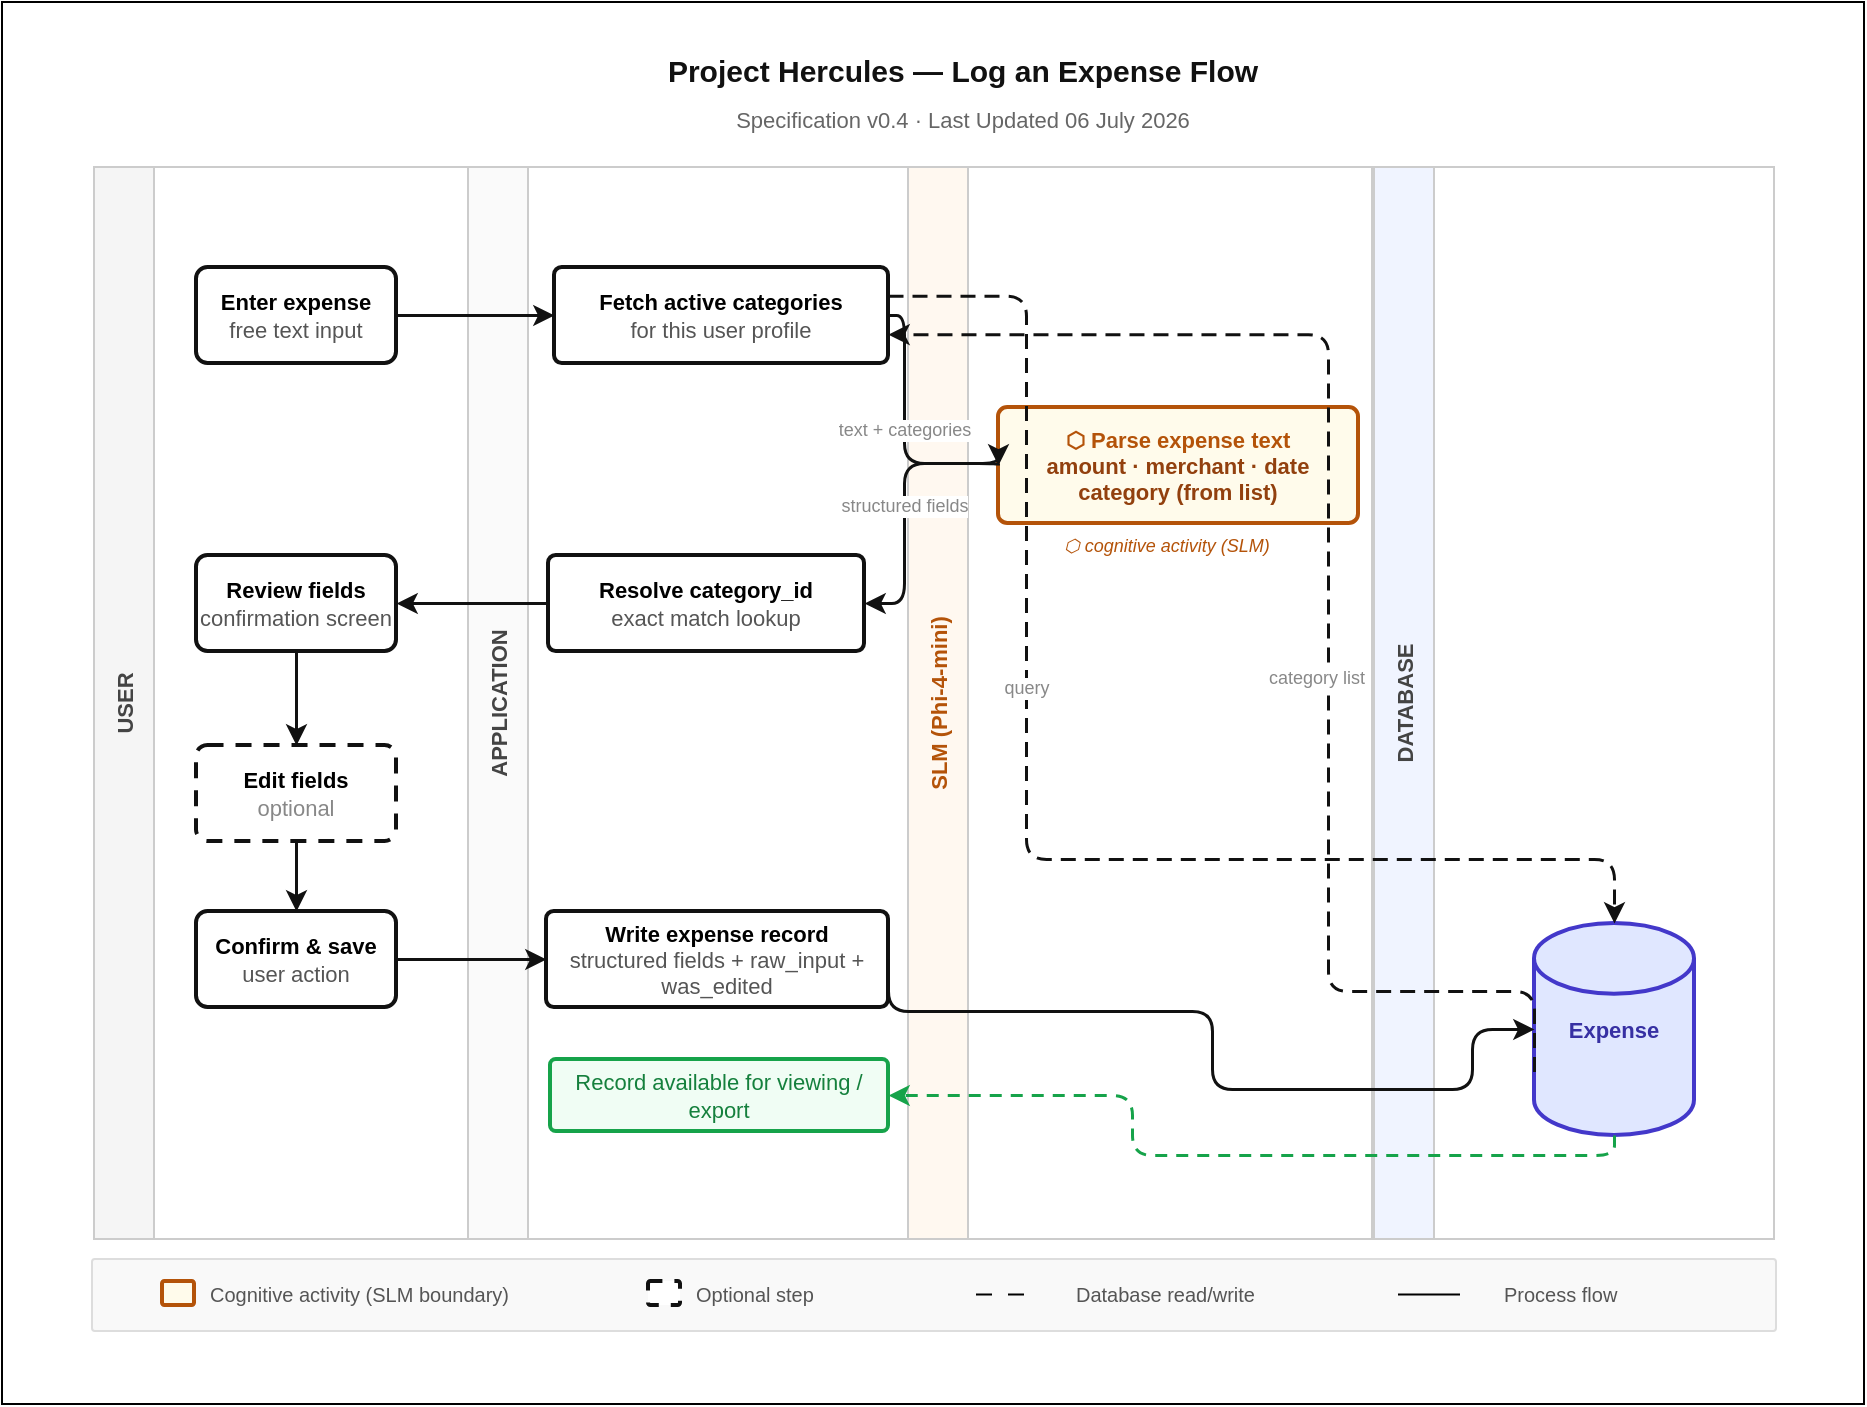
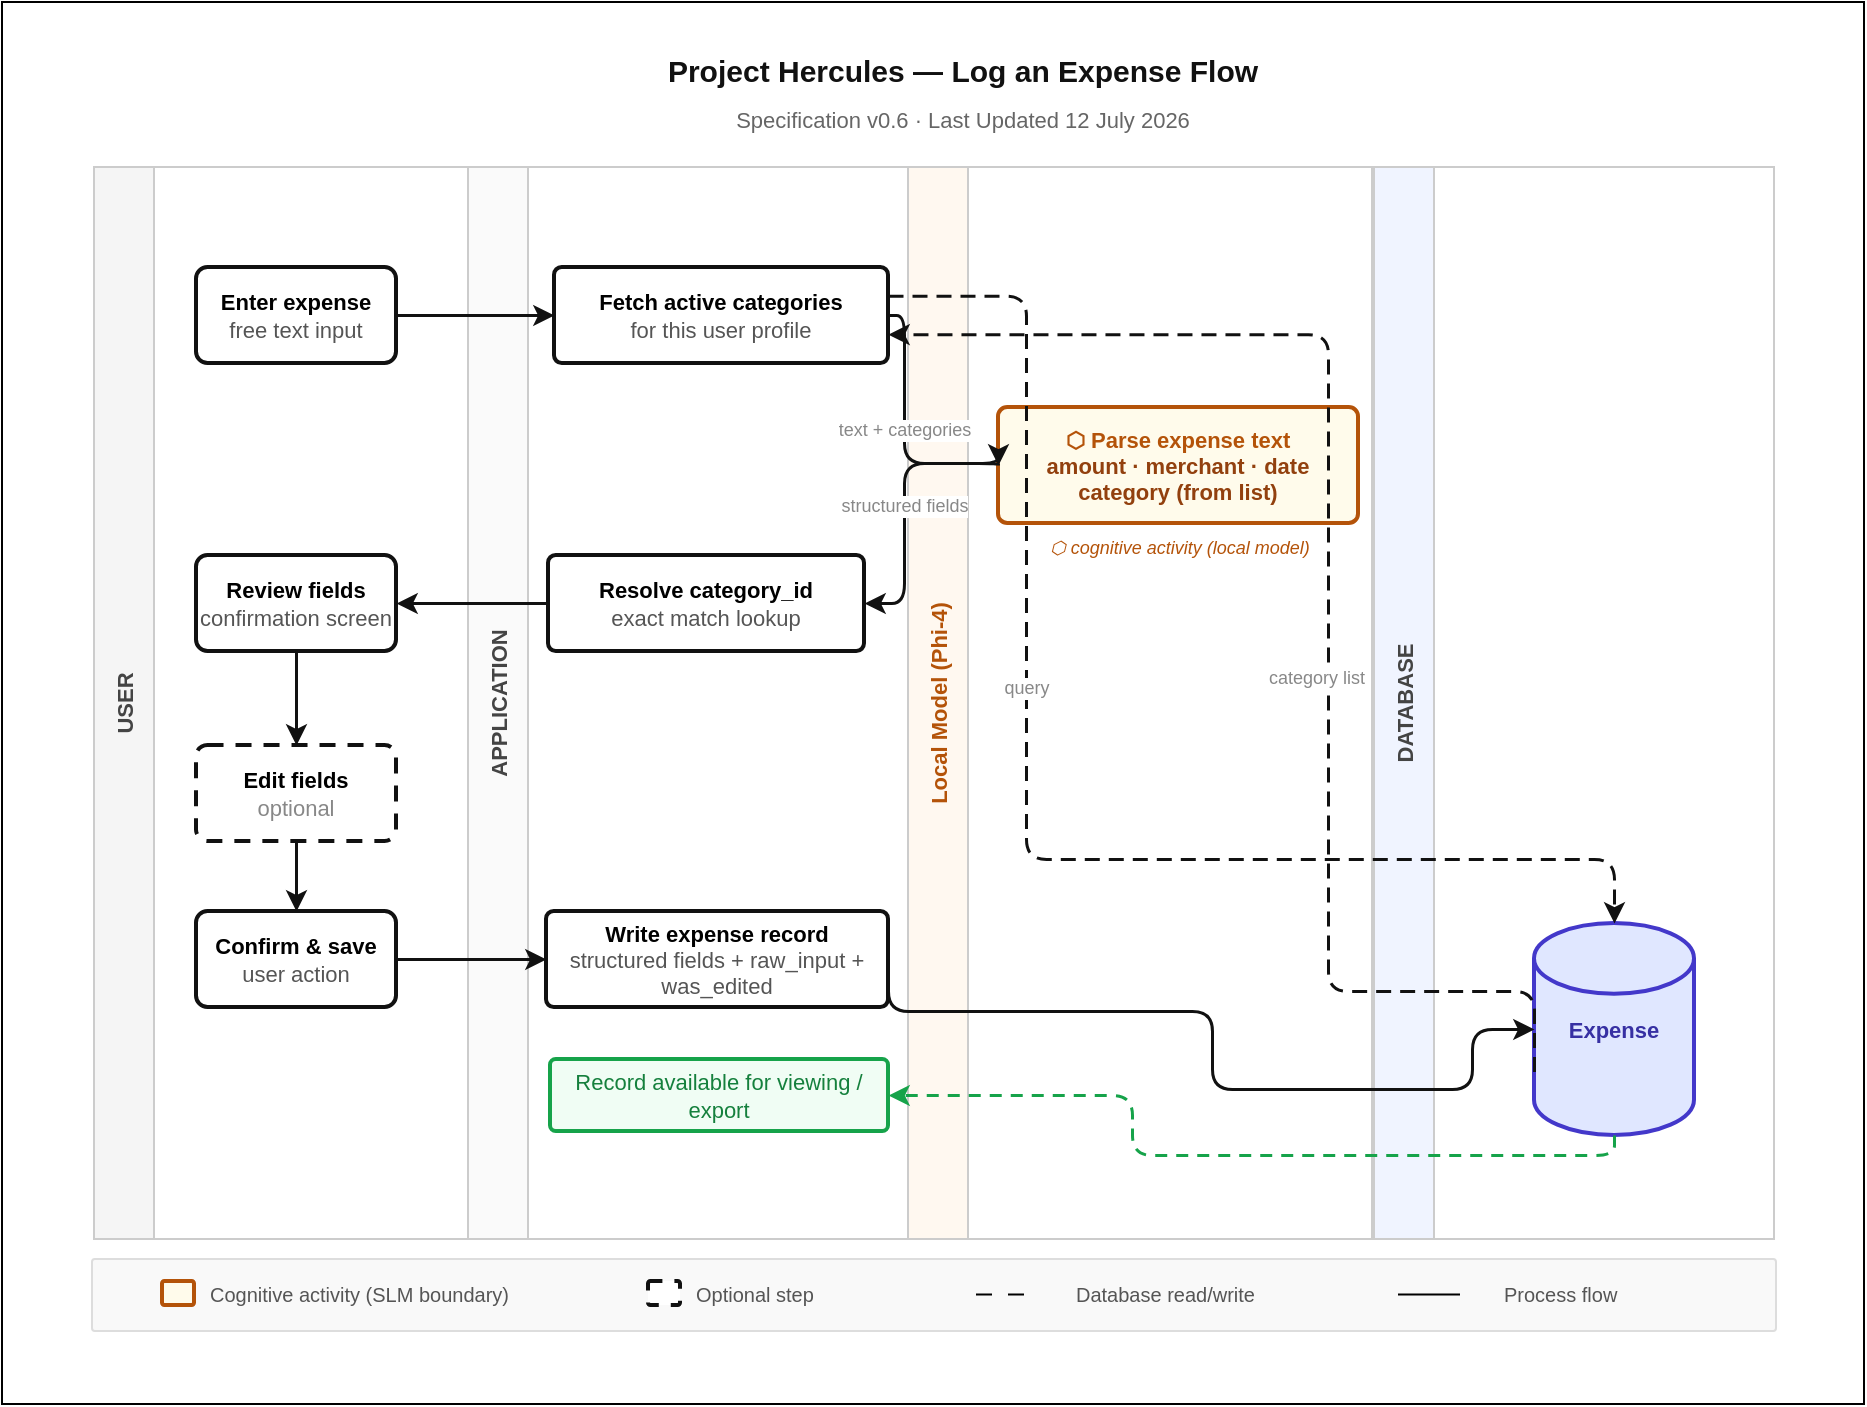
<mxfile host="Electron">
  <diagram name="Log an Expense Flow" id="hercules-log-expense-flow">
-     <mxGraphModel dx="1814" dy="1250" grid="0" gridSize="10" guides="1" tooltips="1" connect="1" arrows="1" fold="1" page="0" pageScale="1" pageWidth="1169" pageHeight="827" math="0" shadow="0">
+     <mxGraphModel dx="1257" dy="915" grid="0" gridSize="10" guides="1" tooltips="1" connect="1" arrows="1" fold="1" page="0" pageScale="1" pageWidth="1169" pageHeight="827" math="0" shadow="0">
      <root>
        <mxCell id="0" />
        <mxCell id="1" parent="0" />
        <mxCell id="05HHqiPxqv5_POc3v8ce-6" parent="1" style="rounded=0;whiteSpace=wrap;html=1;" value="" vertex="1">
          <mxGeometry height="701" width="931" x="-155" y="-49" as="geometry" />
        </mxCell>
        <mxCell id="title" parent="1" style="text;html=1;align=center;verticalAlign=middle;resizable=0;points=[];autosize=1;strokeColor=none;fillColor=none;fontSize=15;fontStyle=1;fontColor=#111111;" value="Project Hercules — Log an Expense Flow" vertex="1">
          <mxGeometry height="26" width="500" x="75" y="-28.5" as="geometry" />
        </mxCell>
-         <mxCell id="subtitle" parent="1" style="text;html=1;align=center;verticalAlign=middle;resizable=0;points=[];autosize=1;strokeColor=none;fillColor=none;fontSize=11;fontColor=#666666;" value="Specification v0.4 · Last Updated 06 July 2026" vertex="1">
+         <mxCell id="subtitle" parent="1" style="text;html=1;align=center;verticalAlign=middle;resizable=0;points=[];autosize=1;strokeColor=none;fillColor=none;fontSize=11;fontColor=#666666;" value="Specification v0.6 · Last Updated 12 July 2026" vertex="1">
          <mxGeometry height="25" width="244" x="203" y="-2.5" as="geometry" />
        </mxCell>
        <mxCell id="lane-user" parent="1" style="swimlane;startSize=30;fillColor=#f5f5f5;strokeColor=#cccccc;strokeWidth=1;fontStyle=1;fontSize=11;fontColor=#444444;horizontal=0;" value="USER" vertex="1">
          <mxGeometry height="536" width="187" x="-109" y="33.5" as="geometry" />
        </mxCell>
        <mxCell id="step1" parent="lane-user" style="rounded=1;whiteSpace=wrap;html=1;fillColor=#ffffff;strokeColor=#111111;strokeWidth=2;fontSize=11;arcSize=12;" value="&lt;b&gt;Enter expense&lt;/b&gt;&lt;br/&gt;&lt;font color=&#39;#555555&#39;&gt;free text input&lt;/font&gt;" vertex="1">
          <mxGeometry height="48" width="100" x="51" y="50" as="geometry" />
        </mxCell>
        <mxCell id="step5" parent="lane-user" style="rounded=1;whiteSpace=wrap;html=1;fillColor=#ffffff;strokeColor=#111111;strokeWidth=2;fontSize=11;arcSize=12;" value="&lt;b&gt;Review fields&lt;/b&gt;&lt;br/&gt;&lt;font color=&#39;#555555&#39;&gt;confirmation screen&lt;/font&gt;" vertex="1">
          <mxGeometry height="48" width="100" x="51" y="194" as="geometry" />
        </mxCell>
        <mxCell id="step6" parent="lane-user" style="rounded=1;whiteSpace=wrap;html=1;fillColor=#ffffff;strokeColor=#111111;strokeWidth=2;dashed=1;dashPattern=4 3;fontSize=11;arcSize=12;" value="&lt;b&gt;Edit fields&lt;/b&gt;&lt;br/&gt;&lt;font color=&#39;#888888&#39;&gt;optional&lt;/font&gt;" vertex="1">
          <mxGeometry height="48" width="100" x="51" y="289" as="geometry" />
        </mxCell>
        <mxCell id="e6" edge="1" parent="lane-user" source="step5" style="edgeStyle=orthogonalEdgeStyle;html=1;exitX=0.5;exitY=1;exitDx=0;exitDy=0;entryX=0.5;entryY=0;entryDx=0;entryDy=0;strokeColor=#111111;strokeWidth=1.5;" target="step6">
          <mxGeometry relative="1" as="geometry" />
        </mxCell>
        <mxCell id="step7" parent="lane-user" style="rounded=1;whiteSpace=wrap;html=1;fillColor=#ffffff;strokeColor=#111111;strokeWidth=2;fontSize=11;arcSize=12;" value="&lt;b&gt;Confirm &amp;amp; save&lt;/b&gt;&lt;br/&gt;&lt;font color=&#39;#555555&#39;&gt;user action&lt;/font&gt;" vertex="1">
          <mxGeometry height="48" width="100" x="51" y="372" as="geometry" />
        </mxCell>
        <mxCell id="e7" edge="1" parent="lane-user" source="step6" style="edgeStyle=orthogonalEdgeStyle;html=1;exitX=0.5;exitY=1;exitDx=0;exitDy=0;entryX=0.5;entryY=0;entryDx=0;entryDy=0;strokeColor=#111111;strokeWidth=1.5;" target="step7">
          <mxGeometry relative="1" as="geometry" />
        </mxCell>
        <mxCell id="lane-app" parent="1" style="swimlane;startSize=30;fillColor=#fafafa;strokeColor=#cccccc;strokeWidth=1;fontStyle=1;fontSize=11;fontColor=#444444;horizontal=0;" value="APPLICATION" vertex="1">
          <mxGeometry height="536" width="220" x="78" y="33.5" as="geometry" />
        </mxCell>
-         <mxCell id="lane-slm" parent="1" style="swimlane;startSize=30;fillColor=#fff8f0;strokeColor=#cccccc;strokeWidth=1;fontStyle=1;fontSize=11;fontColor=#b45309;horizontal=0;" value="SLM (Phi-4-mini)" vertex="1">
+         <mxCell id="lane-slm" parent="1" style="swimlane;startSize=30;fillColor=#fff8f0;strokeColor=#cccccc;strokeWidth=1;fontStyle=1;fontSize=11;fontColor=#b45309;horizontal=0;" value="Local Model (Phi-4)" vertex="1">
          <mxGeometry height="536" width="232" x="298" y="33.5" as="geometry" />
        </mxCell>
        <mxCell id="step3" parent="lane-slm" style="rounded=1;whiteSpace=wrap;html=1;fillColor=#fffbeb;strokeColor=#b45309;strokeWidth=2;fontSize=11;fontColor=#b45309;fontStyle=1;arcSize=8;" value="&lt;b&gt;⬡ Parse expense text&lt;/b&gt;&lt;br/&gt;&lt;font color=&#39;#92400e&#39;&gt;amount · merchant · date&lt;br/&gt;category (from list)&lt;/font&gt;" vertex="1">
          <mxGeometry height="58" width="180" x="45" y="120" as="geometry" />
        </mxCell>
-         <mxCell id="step3-label" parent="lane-slm" style="text;html=1;align=left;verticalAlign=middle;resizable=0;strokeColor=none;fillColor=none;fontSize=9;fontColor=#b45309;fontStyle=2;" value="⬡ cognitive activity (SLM)" vertex="1">
-           <mxGeometry height="16" width="180" x="76" y="181" as="geometry" />
+         <mxCell id="step3-label" parent="lane-slm" style="text;html=1;align=left;verticalAlign=middle;resizable=0;strokeColor=none;fillColor=none;fontSize=9;fontColor=#b45309;fontStyle=2;" value="⬡ cognitive activity (local model)" vertex="1">
+           <mxGeometry height="16" width="180" x="69" y="182.5" as="geometry" />
        </mxCell>
        <mxCell id="lane-db" parent="1" style="swimlane;startSize=30;fillColor=#f0f4ff;strokeColor=#cccccc;strokeWidth=1;fontStyle=1;fontSize=11;fontColor=#444444;horizontal=0;" value="DATABASE" vertex="1">
          <mxGeometry height="536" width="200" x="531" y="33.5" as="geometry" />
        </mxCell>
        <mxCell id="db" parent="lane-db" style="shape=mxgraph.flowchart.database;whiteSpace=wrap;html=1;fillColor=#e0e7ff;strokeColor=#4338ca;strokeWidth=2;fontSize=11;fontColor=#3730a3;fontStyle=1;" value="Expense" vertex="1">
          <mxGeometry height="106" width="80" x="80" y="378" as="geometry" />
        </mxCell>
        <mxCell id="step2" parent="1" style="rounded=1;whiteSpace=wrap;html=1;fillColor=#ffffff;strokeColor=#111111;strokeWidth=2;fontSize=11;arcSize=8;" value="&lt;b&gt;Fetch active categories&lt;/b&gt;&lt;br/&gt;&lt;font color=&#39;#555555&#39;&gt;for this user profile&lt;/font&gt;" vertex="1">
          <mxGeometry height="48" width="167" x="121" y="83.5" as="geometry" />
        </mxCell>
        <mxCell id="step4" parent="1" style="rounded=1;whiteSpace=wrap;html=1;fillColor=#ffffff;strokeColor=#111111;strokeWidth=2;fontSize=11;arcSize=8;" value="&lt;b&gt;Resolve category_id&lt;/b&gt;&lt;br/&gt;&lt;font color=&#39;#555555&#39;&gt;exact match lookup&lt;/font&gt;" vertex="1">
          <mxGeometry height="48" width="158" x="118" y="227.5" as="geometry" />
        </mxCell>
        <mxCell id="step8" parent="1" style="rounded=1;whiteSpace=wrap;html=1;fillColor=#ffffff;strokeColor=#111111;strokeWidth=2;fontSize=11;arcSize=8;" value="&lt;b&gt;Write expense record&lt;/b&gt;&lt;br/&gt;&lt;font color=&#39;#555555&#39;&gt;structured fields + raw_input + was_edited&lt;/font&gt;" vertex="1">
          <mxGeometry height="48" width="171" x="117" y="405.5" as="geometry" />
        </mxCell>
        <mxCell id="step9" parent="1" style="rounded=1;whiteSpace=wrap;html=1;fillColor=#f0fdf4;strokeColor=#16a34a;strokeWidth=2;fontSize=11;fontColor=#15803d;arcSize=8;" value="Record available for viewing / export" vertex="1">
          <mxGeometry height="36" width="169" x="119" y="479.5" as="geometry" />
        </mxCell>
        <mxCell id="e1" edge="1" parent="1" source="step1" style="edgeStyle=orthogonalEdgeStyle;html=1;exitX=1;exitY=0.5;exitDx=0;exitDy=0;entryX=0;entryY=0.5;entryDx=0;entryDy=0;strokeColor=#111111;strokeWidth=1.5;" target="step2">
          <mxGeometry relative="1" as="geometry" />
        </mxCell>
        <mxCell id="e2a" edge="1" parent="1" source="step2" style="edgeStyle=orthogonalEdgeStyle;html=1;exitX=1;exitY=0.3;exitDx=0;exitDy=0;entryX=0.5;entryY=0;entryDx=0;entryDy=0;dashed=1;dashPattern=5 3;strokeColor=#111111;strokeWidth=1.5;fontSize=9;fontColor=#888888;align=center;entryPerimeter=0;" target="db" value="query">
          <mxGeometry relative="1" x="-0.2149" as="geometry">
            <mxPoint as="offset" />
            <Array as="points">
              <mxPoint x="357" y="97.5" />
              <mxPoint x="357" y="379.5" />
              <mxPoint x="651" y="379.5" />
            </Array>
          </mxGeometry>
        </mxCell>
        <mxCell id="e2b" edge="1" parent="1" source="db" style="edgeStyle=orthogonalEdgeStyle;html=1;exitX=0;exitY=0.7;exitDx=0;exitDy=0;entryX=1;entryY=0.7;entryDx=0;entryDy=0;dashed=1;dashPattern=5 3;strokeColor=#111111;strokeWidth=1.5;fontSize=9;fontColor=#888888;align=center;" target="step2" value="category list">
          <mxGeometry relative="1" x="-0.1332" y="6" as="geometry">
            <mxPoint as="offset" />
            <Array as="points">
              <mxPoint x="508" y="445.5" />
              <mxPoint x="508" y="117.5" />
            </Array>
          </mxGeometry>
        </mxCell>
        <mxCell id="e3" edge="1" parent="1" source="step2" style="edgeStyle=orthogonalEdgeStyle;html=1;exitX=1;exitY=0.5;exitDx=0;exitDy=0;entryX=0;entryY=0.5;entryDx=0;entryDy=0;strokeColor=#111111;strokeWidth=1.5;fontSize=9;fontColor=#888888;exitConstraintIgnoresPoint=1;entryConstraintIgnoresPoint=1;" target="step3" value="text + categories">
          <mxGeometry relative="1" as="geometry">
            <Array as="points">
              <mxPoint x="296" y="107.5" />
              <mxPoint x="296" y="181.5" />
            </Array>
          </mxGeometry>
        </mxCell>
        <mxCell id="e4" edge="1" parent="1" source="step3" style="edgeStyle=orthogonalEdgeStyle;html=1;exitX=0;exitY=0.5;exitDx=0;exitDy=0;entryX=1;entryY=0.5;entryDx=0;entryDy=0;strokeColor=#111111;strokeWidth=1.5;fontSize=9;fontColor=#888888;" target="step4" value="structured fields">
          <mxGeometry relative="1" as="geometry">
            <Array as="points">
              <mxPoint x="296" y="181.5" />
              <mxPoint x="296" y="251.5" />
            </Array>
          </mxGeometry>
        </mxCell>
        <mxCell id="e5" edge="1" parent="1" source="step4" style="edgeStyle=orthogonalEdgeStyle;html=1;exitX=0;exitY=0.5;exitDx=0;exitDy=0;entryX=1;entryY=0.5;entryDx=0;entryDy=0;strokeColor=#111111;strokeWidth=1.5;" target="step5">
          <mxGeometry relative="1" as="geometry" />
        </mxCell>
        <mxCell id="e8" edge="1" parent="1" source="step7" style="edgeStyle=orthogonalEdgeStyle;html=1;exitX=1;exitY=0.5;exitDx=0;exitDy=0;entryX=0;entryY=0.5;entryDx=0;entryDy=0;strokeColor=#111111;strokeWidth=1.5;" target="step8">
          <mxGeometry relative="1" as="geometry" />
        </mxCell>
        <mxCell id="e9" edge="1" parent="1" source="step8" style="edgeStyle=orthogonalEdgeStyle;html=1;exitX=1;exitY=0.5;exitDx=0;exitDy=0;entryX=0;entryY=0.5;entryDx=0;entryDy=0;strokeColor=#111111;strokeWidth=1.5;" target="db">
          <mxGeometry relative="1" as="geometry">
            <Array as="points">
              <mxPoint x="288" y="455.5" />
              <mxPoint x="450" y="455.5" />
              <mxPoint x="450" y="494.5" />
              <mxPoint x="580" y="494.5" />
              <mxPoint x="580" y="464.5" />
            </Array>
          </mxGeometry>
        </mxCell>
        <mxCell id="e10" edge="1" parent="1" source="db" style="html=1;entryX=1;entryY=0.5;entryDx=0;entryDy=0;dashed=1;dashPattern=4 3;strokeColor=#16a34a;strokeWidth=1.5;exitX=0.5;exitY=1;exitDx=0;exitDy=0;exitPerimeter=0;rounded=1;edgeStyle=orthogonalEdgeStyle;" target="step9">
          <mxGeometry relative="1" as="geometry">
            <Array as="points">
              <mxPoint x="651" y="527.5" />
              <mxPoint x="410" y="527.5" />
              <mxPoint x="410" y="497.5" />
            </Array>
            <mxPoint x="444" y="514.5" as="sourcePoint" />
          </mxGeometry>
        </mxCell>
        <mxCell id="legend-bg" parent="1" style="rounded=1;whiteSpace=wrap;html=1;fillColor=#f9f9f9;strokeColor=#dddddd;strokeWidth=1;arcSize=4;" value="" vertex="1">
          <mxGeometry height="36" width="842" x="-110" y="579.5" as="geometry" />
        </mxCell>
        <mxCell id="legend-cog" parent="1" style="rounded=1;whiteSpace=wrap;html=1;fillColor=#fffbeb;strokeColor=#b45309;strokeWidth=2;arcSize=10;" value="" vertex="1">
          <mxGeometry height="12" width="16" x="-75" y="590.5" as="geometry" />
        </mxCell>
        <mxCell id="legend-cog-lbl" parent="1" style="text;html=1;align=left;verticalAlign=middle;resizable=0;strokeColor=none;fillColor=none;fontSize=10;fontColor=#555555;" value="Cognitive activity (SLM boundary)" vertex="1">
          <mxGeometry height="16" width="200" x="-53" y="588.5" as="geometry" />
        </mxCell>
        <mxCell id="legend-opt" parent="1" style="rounded=1;whiteSpace=wrap;html=1;fillColor=#ffffff;strokeColor=#111111;strokeWidth=2;dashed=1;arcSize=10;" value="" vertex="1">
          <mxGeometry height="12" width="16" x="168" y="590.5" as="geometry" />
        </mxCell>
        <mxCell id="legend-opt-lbl" parent="1" style="text;html=1;align=left;verticalAlign=middle;resizable=0;strokeColor=none;fillColor=none;fontSize=10;fontColor=#555555;" value="Optional step" vertex="1">
          <mxGeometry height="16" width="120" x="190" y="588.5" as="geometry" />
        </mxCell>
        <mxCell id="legend-dash" parent="1" style="text;html=1;align=left;verticalAlign=middle;resizable=0;strokeColor=none;fillColor=none;fontSize=10;fontColor=#555555;" value="Database read/write" vertex="1">
          <mxGeometry height="16" width="130" x="380" y="588.5" as="geometry" />
        </mxCell>
        <mxCell id="legend-solid" parent="1" style="text;html=1;align=left;verticalAlign=middle;resizable=0;strokeColor=none;fillColor=none;fontSize=10;fontColor=#555555;" value="Process flow" vertex="1">
          <mxGeometry height="16" width="100" x="594" y="588.5" as="geometry" />
        </mxCell>
        <mxCell id="05HHqiPxqv5_POc3v8ce-3" edge="1" parent="1" style="endArrow=none;html=1;rounded=0;dashed=1;dashPattern=8 8;" value="">
          <mxGeometry height="50" relative="1" width="50" as="geometry">
            <mxPoint x="332" y="597.21" as="sourcePoint" />
            <mxPoint x="363" y="597.21" as="targetPoint" />
          </mxGeometry>
        </mxCell>
        <mxCell id="05HHqiPxqv5_POc3v8ce-4" edge="1" parent="1" style="endArrow=none;html=1;rounded=0;" value="">
          <mxGeometry height="50" relative="1" width="50" as="geometry">
            <mxPoint x="543" y="597.21" as="sourcePoint" />
            <mxPoint x="574" y="597.21" as="targetPoint" />
          </mxGeometry>
        </mxCell>
      </root>
    </mxGraphModel>
  </diagram>
</mxfile>
